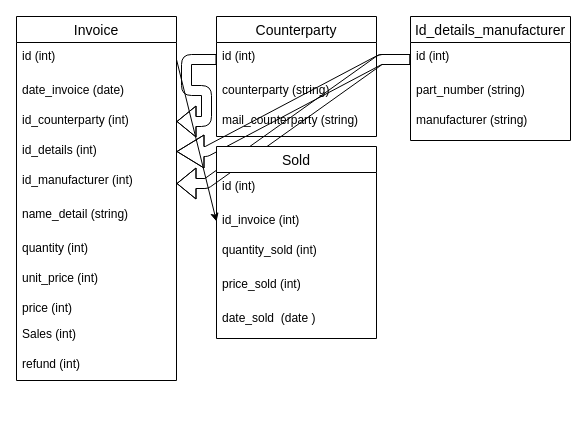
Before: db.drawio in Ruslan-qu/accounting, a draw.io diagram. Source tidied: cells renumbered, new cells numbered last; positions are measured from the earlier drawing's top-left corner, leaving out a move shared by most shapes. Both pictures are drawn from the tidied source at 100%, with x=0, y=0 at pixel (16, 16).
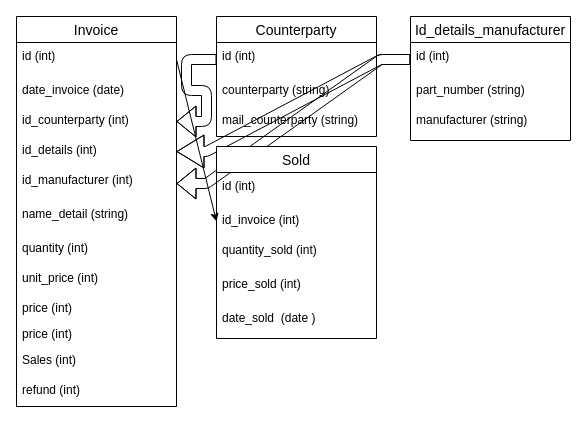
The same page after the edit.

The edit, as a diff of the source:
```diff
@@
     <mxCell id="2" value="Invoice" style="swimlane;fontStyle=0;horizontal=1;startSize=26;align=center;fontSize=14;" parent="1" vertex="1">
-      <mxGeometry width="160" height="364" as="geometry" />
+      <mxGeometry width="160" height="390" as="geometry" />
     </mxCell>
@@
+    <mxCell id="32" value="price (int)" style="text;strokeColor=none;fillColor=none;spacingLeft=4;spacingRight=4;overflow=hidden;fontSize=12;" parent="2" vertex="1">
+      <mxGeometry y="304" width="160" height="26" as="geometry" />
+    </mxCell>
     <mxCell id="12" value="Sales (int)" style="text;strokeColor=none;fillColor=none;spacingLeft=4;spacingRight=4;overflow=hidden;fontSize=12;" parent="2" vertex="1">
-      <mxGeometry y="304" width="160" height="30" as="geometry" />
+      <mxGeometry y="330" width="160" height="30" as="geometry" />
     </mxCell>
     <mxCell id="13" value="refund (int)" style="text;strokeColor=none;fillColor=none;spacingLeft=4;spacingRight=4;overflow=hidden;fontSize=12;" parent="2" vertex="1">
-      <mxGeometry y="334" width="160" height="30" as="geometry" />
+      <mxGeometry y="360" width="160" height="30" as="geometry" />
     </mxCell>
```
